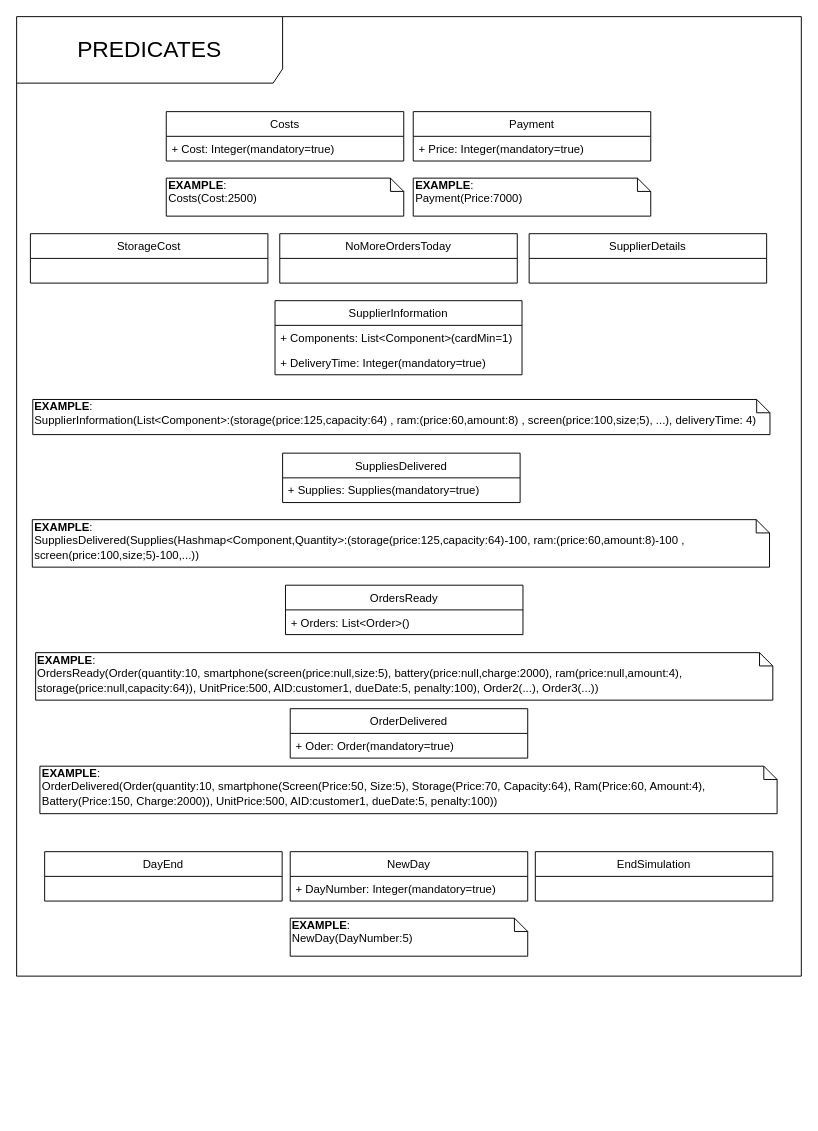
Above: Coursework specification and diagrams/Ontology diagrams/Predicates.drawio in MarcosGaming/Multi-Agent_Systems_Coursework (draw.io), before the change. Source tidied: cells renumbered, new cells numbered last; positions are measured from the earlier drawing's top-left corner, leaving out a move shared by most shapes. Both pictures are drawn from the tidied source at 95%, with x=0, y=0 at pixel (16, 16).
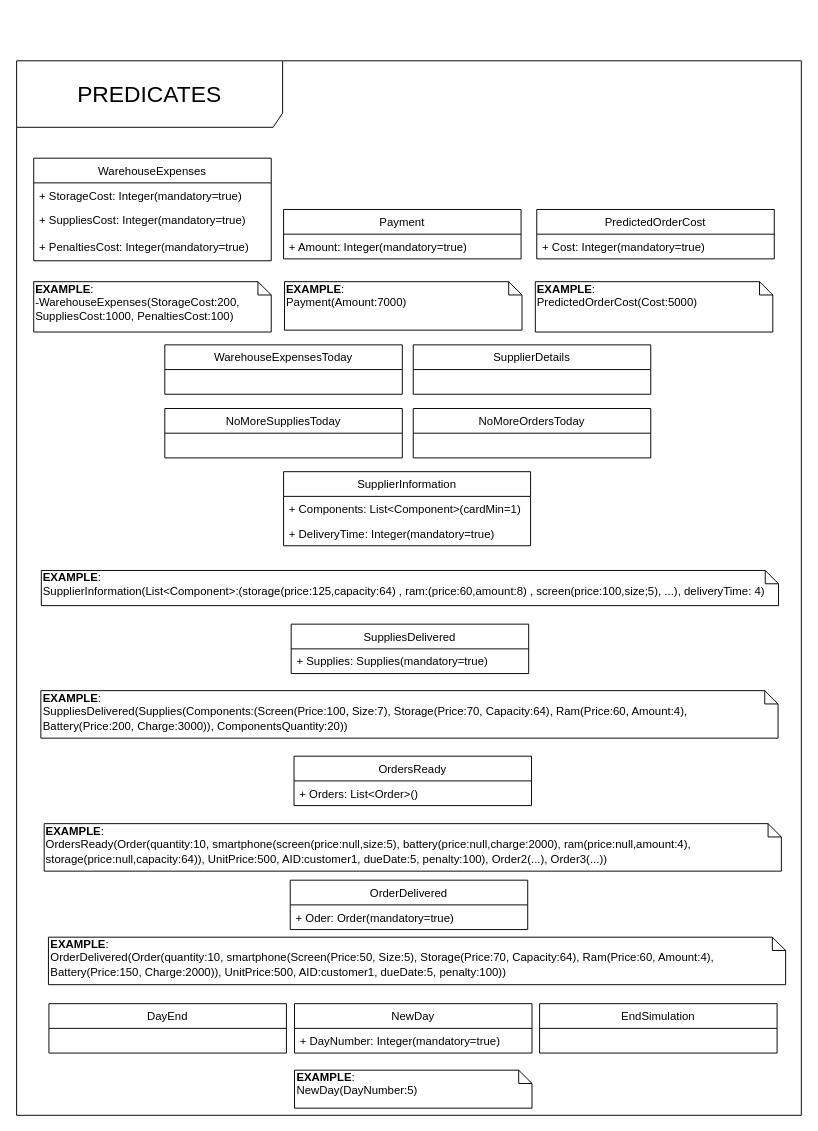
The same diagram, later.

Change to the diagram source:
```diff
@@
     <mxCell id="2" value="OrderDelivered" style="swimlane;fontStyle=0;horizontal=1;startSize=26;fillColor=none;" parent="1" vertex="1">
-      <mxGeometry x="288" y="728.5" width="250" height="52" as="geometry" />
+      <mxGeometry x="288" y="909" width="250" height="52" as="geometry" />
     </mxCell>
@@
     <mxCell id="4" value="&lt;span style=&quot;font-size: 24px&quot;&gt;PREDICATES&lt;/span&gt;" style="shape=umlFrame;whiteSpace=wrap;html=1;width=280;height=70;" parent="1" vertex="1">
-      <mxGeometry width="826" height="1010" as="geometry" />
+      <mxGeometry y="46.5" width="826" height="1110" as="geometry" />
     </mxCell>
     <mxCell id="5" value="Payment" style="swimlane;fontStyle=0;horizontal=1;startSize=26;fillColor=none;" parent="1" vertex="1">
-      <mxGeometry x="417.5" y="100" width="250" height="52" as="geometry" />
+      <mxGeometry x="281" y="203" width="250" height="52" as="geometry" />
     </mxCell>
-    <mxCell id="6" value="+ Price: Integer(mandatory=true)" style="text;strokeColor=none;fillColor=none;align=left;verticalAlign=top;spacingLeft=4;spacingRight=4;overflow=hidden;" parent="5" vertex="1">
+    <mxCell id="6" value="+ Amount: Integer(mandatory=true)" style="text;strokeColor=none;fillColor=none;align=left;verticalAlign=top;spacingLeft=4;spacingRight=4;overflow=hidden;" parent="5" vertex="1">
       <mxGeometry y="26" width="250" height="26" as="geometry" />
     </mxCell>
     <mxCell id="7" value="NewDay" style="swimlane;fontStyle=0;horizontal=1;startSize=26;fillColor=none;" parent="1" vertex="1">
-      <mxGeometry x="288" y="879" width="250" height="52" as="geometry" />
+      <mxGeometry x="292.5" y="1039" width="250" height="52" as="geometry" />
     </mxCell>
@@
     <mxCell id="9" value="DayEnd" style="swimlane;fontStyle=0;horizontal=1;startSize=26;fillColor=none;" parent="1" vertex="1">
-      <mxGeometry x="29.5" y="879" width="250" height="52" as="geometry" />
+      <mxGeometry x="34" y="1039" width="250" height="52" as="geometry" />
     </mxCell>
     <mxCell id="10" value="EndSimulation" style="swimlane;fontStyle=0;horizontal=1;startSize=26;fillColor=none;" parent="1" vertex="1">
-      <mxGeometry x="546" y="879" width="250" height="52" as="geometry" />
+      <mxGeometry x="550.5" y="1039" width="250" height="52" as="geometry" />
     </mxCell>
-    <mxCell id="11" value="Costs" style="swimlane;fontStyle=0;horizontal=1;startSize=26;fillColor=none;" parent="1" vertex="1">
-      <mxGeometry x="157.5" y="100" width="250" height="52" as="geometry" />
+    <mxCell id="11" value="WarehouseExpenses" style="swimlane;fontStyle=0;horizontal=1;startSize=26;fillColor=none;" parent="1" vertex="1">
+      <mxGeometry x="18" y="149" width="250" height="108" as="geometry" />
     </mxCell>
-    <mxCell id="12" value="+ Cost: Integer(mandatory=true)" style="text;strokeColor=none;fillColor=none;align=left;verticalAlign=top;spacingLeft=4;spacingRight=4;overflow=hidden;" parent="11" vertex="1">
+    <mxCell id="12" value="+ StorageCost: Integer(mandatory=true)" style="text;strokeColor=none;fillColor=none;align=left;verticalAlign=top;spacingLeft=4;spacingRight=4;overflow=hidden;" parent="11" vertex="1">
       <mxGeometry y="26" width="250" height="26" as="geometry" />
     </mxCell>
+    <mxCell id="30" value="+ SuppliesCost: Integer(mandatory=true)" style="text;strokeColor=none;fillColor=none;align=left;verticalAlign=top;spacingLeft=4;spacingRight=4;overflow=hidden;" parent="11" vertex="1">
+      <mxGeometry y="52" width="250" height="28" as="geometry" />
+    </mxCell>
+    <mxCell id="31" value="+ PenaltiesCost: Integer(mandatory=true)" style="text;strokeColor=none;fillColor=none;align=left;verticalAlign=top;spacingLeft=4;spacingRight=4;overflow=hidden;" parent="11" vertex="1">
+      <mxGeometry y="80" width="250" height="28" as="geometry" />
+    </mxCell>
     <mxCell id="13" value="OrdersReady" style="swimlane;fontStyle=0;horizontal=1;startSize=26;fillColor=none;" parent="1" vertex="1">
-      <mxGeometry x="283" y="598.5" width="250" height="52" as="geometry" />
+      <mxGeometry x="292" y="778.5" width="250" height="52" as="geometry" />
     </mxCell>
@@
     <mxCell id="15" value="SupplierDetails" style="swimlane;fontStyle=0;horizontal=1;startSize=26;fillColor=none;" parent="1" vertex="1">
-      <mxGeometry x="539.5" y="228.5" width="250" height="52" as="geometry" />
+      <mxGeometry x="417.5" y="345.5" width="250" height="52" as="geometry" />
     </mxCell>
     <mxCell id="16" value="SupplierInformation" style="swimlane;fontStyle=0;horizontal=1;startSize=26;fillColor=none;" parent="1" vertex="1">
-      <mxGeometry x="272" y="299" width="260" height="78" as="geometry" />
+      <mxGeometry x="281" y="479" width="260" height="78" as="geometry" />
     </mxCell>
@@
     <mxCell id="19" value="SuppliesDelivered" style="swimlane;fontStyle=0;horizontal=1;startSize=26;fillColor=none;" parent="1" vertex="1">
-      <mxGeometry x="280" y="459.5" width="250" height="52" as="geometry" />
+      <mxGeometry x="289" y="639.5" width="250" height="52" as="geometry" />
     </mxCell>
@@
-    <mxCell id="21" value="StorageCost" style="swimlane;fontStyle=0;horizontal=1;startSize=26;fillColor=none;" parent="1" vertex="1">
-      <mxGeometry x="14.5" y="228.5" width="250" height="52" as="geometry" />
+    <mxCell id="21" value="WarehouseExpensesToday" style="swimlane;fontStyle=0;horizontal=1;startSize=26;fillColor=none;" parent="1" vertex="1">
+      <mxGeometry x="156" y="345.5" width="250" height="52" as="geometry" />
     </mxCell>
     <mxCell id="22" value="&lt;b&gt;EXAMPLE&lt;/b&gt;:&lt;br&gt;OrderDelivered(Order(quantity:10, smartphone(Screen(Price:50, Size:5), Storage(Price:70, Capacity:64), Ram(Price:60, Amount:4), Battery(Price:150, Charge:2000)), UnitPrice:500, AID:customer1, dueDate:5, penalty:100))" style="shape=note;whiteSpace=wrap;html=1;size=14;verticalAlign=top;align=left;spacingTop=-6;" parent="1" vertex="1">
-      <mxGeometry x="24.5" y="789" width="776" height="50" as="geometry" />
+      <mxGeometry x="33.5" y="969" width="776" height="50" as="geometry" />
     </mxCell>
-    <mxCell id="23" value="&lt;b&gt;EXAMPLE&lt;/b&gt;:&lt;br&gt;Costs(Cost:2500)" style="shape=note;whiteSpace=wrap;html=1;size=14;verticalAlign=top;align=left;spacingTop=-6;" parent="1" vertex="1">
-      <mxGeometry x="157.5" y="170" width="250" height="40" as="geometry" />
+    <mxCell id="23" value="&lt;b&gt;EXAMPLE&lt;/b&gt;:&lt;br&gt;-WarehouseExpenses(StorageCost:200, SuppliesCost:1000, PenaltiesCost:100)&lt;br&gt;" style="shape=note;whiteSpace=wrap;html=1;size=14;verticalAlign=top;align=left;spacingTop=-6;" parent="1" vertex="1">
+      <mxGeometry x="18" y="279" width="250" height="53" as="geometry" />
     </mxCell>
-    <mxCell id="24" value="&lt;b&gt;EXAMPLE&lt;/b&gt;:&lt;br&gt;Payment(Price:7000)" style="shape=note;whiteSpace=wrap;html=1;size=14;verticalAlign=top;align=left;spacingTop=-6;" parent="1" vertex="1">
-      <mxGeometry x="417.5" y="170" width="250" height="40" as="geometry" />
+    <mxCell id="24" value="&lt;b&gt;EXAMPLE&lt;/b&gt;:&lt;br&gt;Payment(Amount:7000)" style="shape=note;whiteSpace=wrap;html=1;size=14;verticalAlign=top;align=left;spacingTop=-6;" parent="1" vertex="1">
+      <mxGeometry x="282" y="279" width="250" height="51" as="geometry" />
     </mxCell>
-    <mxCell id="25" value="&lt;b&gt;EXAMPLE&lt;/b&gt;:&lt;br&gt;SuppliesDelivered(Supplies(Hashmap&amp;lt;Component,Quantity&amp;gt;:(storage(price:125,capacity:64)-100, ram:(price:60,amount:8)-100 , screen(price:100,size;5)-100,...))" style="shape=note;whiteSpace=wrap;html=1;size=14;verticalAlign=top;align=left;spacingTop=-6;" parent="1" vertex="1">
-      <mxGeometry x="16.5" y="529.5" width="776" height="50" as="geometry" />
+    <mxCell id="25" value="&lt;b&gt;EXAMPLE&lt;/b&gt;:&lt;br&gt;SuppliesDelivered(Supplies(Components:(Screen(Price:100, Size:7), Storage(Price:70, Capacity:64), Ram(Price:60, Amount:4), Battery(Price:200, Charge:3000)), ComponentsQuantity:20))" style="shape=note;whiteSpace=wrap;html=1;size=14;verticalAlign=top;align=left;spacingTop=-6;" parent="1" vertex="1">
+      <mxGeometry x="25.5" y="709.5" width="776" height="50" as="geometry" />
     </mxCell>
     <mxCell id="26" value="&lt;b&gt;EXAMPLE&lt;/b&gt;:&lt;br&gt;SupplierInformation(List&amp;lt;Component&amp;gt;:(storage(price:125,capacity:64) , ram:(price:60,amount:8) , screen(price:100,size;5), ...), deliveryTime: 4)" style="shape=note;whiteSpace=wrap;html=1;size=14;verticalAlign=top;align=left;spacingTop=-6;" parent="1" vertex="1">
-      <mxGeometry x="17" y="403" width="776" height="37" as="geometry" />
+      <mxGeometry x="26" y="583" width="776" height="37" as="geometry" />
     </mxCell>
     <mxCell id="27" value="&lt;b&gt;EXAMPLE&lt;/b&gt;:&lt;br&gt;OrdersReady(Order(quantity:10, smartphone(screen(price:null,size:5), battery(price:null,charge:2000), ram(price:null,amount:4), storage(price:null,capacity:64)), UnitPrice:500, AID:customer1, dueDate:5, penalty:100), Order2(...), Order3(...))" style="shape=note;whiteSpace=wrap;html=1;size=14;verticalAlign=top;align=left;spacingTop=-6;" parent="1" vertex="1">
-      <mxGeometry x="20" y="669.5" width="776" height="50" as="geometry" />
+      <mxGeometry x="29" y="849.5" width="776" height="50" as="geometry" />
     </mxCell>
     <mxCell id="28" value="&lt;b&gt;EXAMPLE&lt;/b&gt;:&lt;br&gt;NewDay(DayNumber:5)" style="shape=note;whiteSpace=wrap;html=1;size=14;verticalAlign=top;align=left;spacingTop=-6;" parent="1" vertex="1">
-      <mxGeometry x="288" y="949" width="250" height="40" as="geometry" />
+      <mxGeometry x="292.5" y="1109" width="250" height="40" as="geometry" />
     </mxCell>
     <mxCell id="29" value="NoMoreOrdersToday" style="swimlane;fontStyle=0;horizontal=1;startSize=26;fillColor=none;" parent="1" vertex="1">
-      <mxGeometry x="277" y="228.5" width="250" height="52" as="geometry" />
+      <mxGeometry x="417.5" y="412.5" width="250" height="52" as="geometry" />
     </mxCell>
+    <mxCell id="32" value="PredictedOrderCost" style="swimlane;fontStyle=0;horizontal=1;startSize=26;fillColor=none;" parent="1" vertex="1">
+      <mxGeometry x="547.5" y="203" width="250" height="52" as="geometry" />
+    </mxCell>
+    <mxCell id="33" value="+ Cost: Integer(mandatory=true)" style="text;strokeColor=none;fillColor=none;align=left;verticalAlign=top;spacingLeft=4;spacingRight=4;overflow=hidden;" parent="32" vertex="1">
+      <mxGeometry y="26" width="250" height="26" as="geometry" />
+    </mxCell>
+    <mxCell id="34" value="&lt;b&gt;EXAMPLE&lt;/b&gt;:&lt;br&gt;&lt;span style=&quot;text-align: center ; white-space: nowrap&quot;&gt;PredictedOrderCost&lt;/span&gt;(Cost:5000)" style="shape=note;whiteSpace=wrap;html=1;size=14;verticalAlign=top;align=left;spacingTop=-6;" parent="1" vertex="1">
+      <mxGeometry x="546" y="279" width="250" height="53" as="geometry" />
+    </mxCell>
+    <mxCell id="35" value="NoMoreSuppliesToday" style="swimlane;fontStyle=0;horizontal=1;startSize=26;fillColor=none;" parent="1" vertex="1">
+      <mxGeometry x="156" y="412.5" width="250" height="52" as="geometry" />
+    </mxCell>
```
